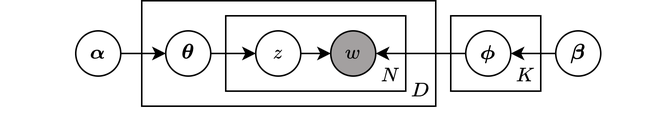
This is 修論/images/トピックモデルグラフィカルモデル.drawio.png from dora937nishikori/investigation, a draw.io export, as it was before one commit. Source tidied: cells renumbered, new cells last; positions are measured from the earlier drawing's top-left corner, leaving out a move shared by most shapes. Its diagram source:
```xml
<mxGraphModel math="1">
  <root>
    <mxCell id="0" />
    <mxCell id="1" parent="0" />
    <mxCell id="2" style="rounded=0;whiteSpace=wrap;html=1;" parent="1" vertex="1">
      <mxGeometry x="250" y="10" width="60" height="50" as="geometry" />
    </mxCell>
    <mxCell id="3" style="rounded=0;whiteSpace=wrap;html=1;" parent="1" vertex="1">
      <mxGeometry x="44" width="196" height="70" as="geometry" />
    </mxCell>
    <mxCell id="4" style="edgeStyle=none;html=1;" parent="1" edge="1" source="5" target="8">
      <mxGeometry relative="1" as="geometry" />
    </mxCell>
    <mxCell id="5" value="$$\boldsymbol{\alpha}$$" style="ellipse;whiteSpace=wrap;html=1;" parent="1" vertex="1">
      <mxGeometry y="20" width="30" height="30" as="geometry" />
    </mxCell>
    <mxCell id="6" style="rounded=0;whiteSpace=wrap;html=1;" parent="1" vertex="1">
      <mxGeometry x="100" y="10" width="120" height="50" as="geometry" />
    </mxCell>
    <mxCell id="7" style="edgeStyle=none;html=1;entryX=0;entryY=0.5;entryDx=0;entryDy=0;" parent="1" edge="1" source="8" target="10">
      <mxGeometry relative="1" as="geometry" />
    </mxCell>
    <mxCell id="8" value="&lt;b&gt;$$\boldsymbol{\theta}$$&lt;/b&gt;" style="ellipse;whiteSpace=wrap;html=1;" parent="1" vertex="1">
      <mxGeometry x="60" y="20" width="30" height="30" as="geometry" />
    </mxCell>
    <mxCell id="9" style="edgeStyle=none;html=1;entryX=0;entryY=0.5;entryDx=0;entryDy=0;" parent="1" edge="1" source="10" target="11">
      <mxGeometry relative="1" as="geometry" />
    </mxCell>
    <mxCell id="10" value="$$z$$" style="ellipse;whiteSpace=wrap;html=1;" parent="1" vertex="1">
      <mxGeometry x="120" y="20" width="30" height="30" as="geometry" />
    </mxCell>
    <mxCell id="11" value="$$w$$" style="ellipse;whiteSpace=wrap;html=1;fillColor=#A3A0A0;" parent="1" vertex="1">
      <mxGeometry x="170" y="20" width="30" height="30" as="geometry" />
    </mxCell>
    <mxCell id="12" style="edgeStyle=none;html=1;entryX=1;entryY=0.5;entryDx=0;entryDy=0;" parent="1" edge="1" source="13" target="11">
      <mxGeometry relative="1" as="geometry" />
    </mxCell>
    <mxCell id="13" value="$$\boldsymbol{\phi}$$" style="ellipse;whiteSpace=wrap;html=1;" parent="1" vertex="1">
      <mxGeometry x="260" y="20" width="30" height="30" as="geometry" />
    </mxCell>
    <mxCell id="14" style="edgeStyle=none;html=1;entryX=1;entryY=0.5;entryDx=0;entryDy=0;" parent="1" edge="1" source="15" target="13">
      <mxGeometry relative="1" as="geometry" />
    </mxCell>
    <mxCell id="15" value="$$\boldsymbol{\beta}$$" style="ellipse;whiteSpace=wrap;html=1;" parent="1" vertex="1">
      <mxGeometry x="320" y="20" width="30" height="30" as="geometry" />
    </mxCell>
    <mxCell id="16" value="$$N$$" style="text;strokeColor=none;align=center;fillColor=none;html=1;verticalAlign=middle;whiteSpace=wrap;rounded=0;" parent="1" vertex="1">
      <mxGeometry x="200" y="30" width="20" height="40" as="geometry" />
    </mxCell>
    <mxCell id="17" value="$$D$$" style="text;strokeColor=none;align=center;fillColor=none;html=1;verticalAlign=middle;whiteSpace=wrap;rounded=0;" parent="1" vertex="1">
      <mxGeometry x="220" y="40" width="20" height="40" as="geometry" />
    </mxCell>
    <mxCell id="18" value="$$K$$" style="text;strokeColor=none;align=center;fillColor=none;html=1;verticalAlign=middle;whiteSpace=wrap;rounded=0;" parent="1" vertex="1">
      <mxGeometry x="290" y="30" width="20" height="40" as="geometry" />
    </mxCell>
  </root>
</mxGraphModel>
```
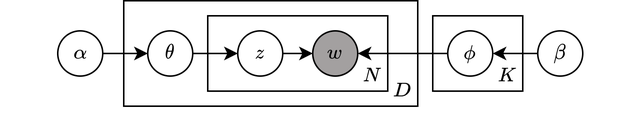
After the commit.

The edit, as a diff of the source:
```diff
@@ -11,7 +11,7 @@
     <mxCell id="4" style="edgeStyle=none;html=1;" parent="1" edge="1" source="5" target="8">
       <mxGeometry relative="1" as="geometry" />
     </mxCell>
-    <mxCell id="5" value="$$\boldsymbol{\alpha}$$" style="ellipse;whiteSpace=wrap;html=1;" parent="1" vertex="1">
+    <mxCell id="5" value="$$\mathbf{\alpha}$$" style="ellipse;whiteSpace=wrap;html=1;" parent="1" vertex="1">
       <mxGeometry y="20" width="30" height="30" as="geometry" />
     </mxCell>
     <mxCell id="6" style="rounded=0;whiteSpace=wrap;html=1;" parent="1" vertex="1">
@@ -20,7 +20,7 @@
     <mxCell id="7" style="edgeStyle=none;html=1;entryX=0;entryY=0.5;entryDx=0;entryDy=0;" parent="1" edge="1" source="8" target="10">
       <mxGeometry relative="1" as="geometry" />
     </mxCell>
-    <mxCell id="8" value="&lt;b&gt;$$\boldsymbol{\theta}$$&lt;/b&gt;" style="ellipse;whiteSpace=wrap;html=1;" parent="1" vertex="1">
+    <mxCell id="8" value="&lt;b&gt;$$\mathbf{\theta}$$&lt;/b&gt;" style="ellipse;whiteSpace=wrap;html=1;" parent="1" vertex="1">
       <mxGeometry x="60" y="20" width="30" height="30" as="geometry" />
     </mxCell>
     <mxCell id="9" style="edgeStyle=none;html=1;entryX=0;entryY=0.5;entryDx=0;entryDy=0;" parent="1" edge="1" source="10" target="11">
@@ -35,13 +35,13 @@
     <mxCell id="12" style="edgeStyle=none;html=1;entryX=1;entryY=0.5;entryDx=0;entryDy=0;" parent="1" edge="1" source="13" target="11">
       <mxGeometry relative="1" as="geometry" />
     </mxCell>
-    <mxCell id="13" value="$$\boldsymbol{\phi}$$" style="ellipse;whiteSpace=wrap;html=1;" parent="1" vertex="1">
+    <mxCell id="13" value="$$\mathbf{\phi}$$" style="ellipse;whiteSpace=wrap;html=1;" parent="1" vertex="1">
       <mxGeometry x="260" y="20" width="30" height="30" as="geometry" />
     </mxCell>
     <mxCell id="14" style="edgeStyle=none;html=1;entryX=1;entryY=0.5;entryDx=0;entryDy=0;" parent="1" edge="1" source="15" target="13">
       <mxGeometry relative="1" as="geometry" />
     </mxCell>
-    <mxCell id="15" value="$$\boldsymbol{\beta}$$" style="ellipse;whiteSpace=wrap;html=1;" parent="1" vertex="1">
+    <mxCell id="15" value="$$\mathbf{\beta}$$" style="ellipse;whiteSpace=wrap;html=1;" parent="1" vertex="1">
       <mxGeometry x="320" y="20" width="30" height="30" as="geometry" />
     </mxCell>
     <mxCell id="16" value="$$N$$" style="text;strokeColor=none;align=center;fillColor=none;html=1;verticalAlign=middle;whiteSpace=wrap;rounded=0;" parent="1" vertex="1">
```
